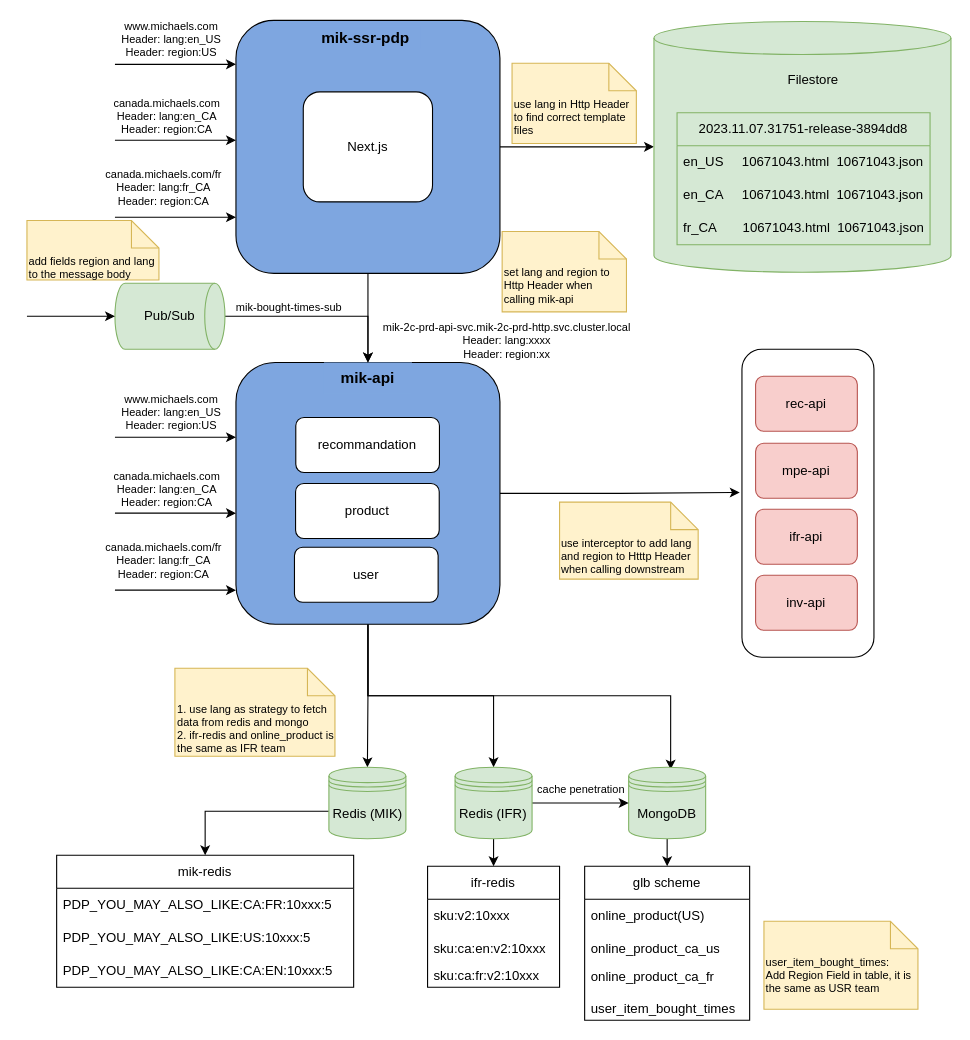
The draw.io diagram PDP-CA-site.drawio in SaberBing/redisson-examples, before the edit. Source tidied: cells renumbered, new cells numbered last; positions are measured from the earlier drawing's top-left corner, leaving out a move shared by most shapes. Both pictures are drawn from the tidied source at 110%, with x=0, y=0 at pixel (26, 20).
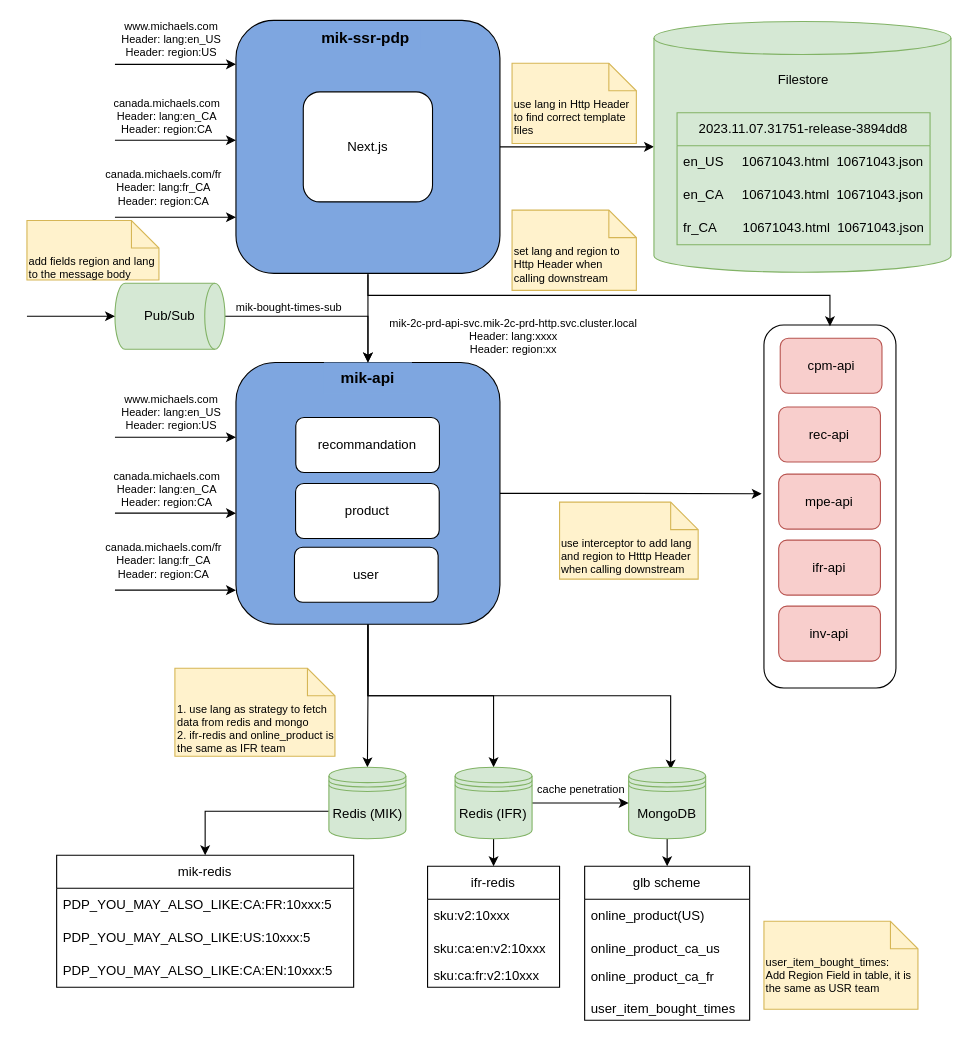
Above is the later version.

Diff of the diagram source:
```diff
@@
     <mxCell id="2" value="&lt;h1 style=&quot;text-align: justify;&quot;&gt;&lt;br&gt;&lt;/h1&gt;" style="rounded=1;whiteSpace=wrap;html=1;shadow=0;glass=0;sketch=0;fillStyle=auto;fontSize=10;strokeWidth=1;align=center;" parent="1" vertex="1">
-      <mxGeometry x="650" y="299" width="120" height="280" as="geometry" />
+      <mxGeometry x="670" y="277" width="120" height="330" as="geometry" />
     </mxCell>
@@
+    <mxCell id="70" style="edgeStyle=orthogonalEdgeStyle;rounded=0;orthogonalLoop=1;jettySize=auto;html=1;entryX=0.5;entryY=0;entryDx=0;entryDy=0;" parent="1" edge="1">
+      <mxGeometry relative="1" as="geometry">
+        <mxPoint x="310" y="231" as="sourcePoint" />
+        <mxPoint x="730" y="278" as="targetPoint" />
+        <Array as="points">
+          <mxPoint x="310" y="250" />
+          <mxPoint x="730" y="250" />
+        </Array>
+      </mxGeometry>
+    </mxCell>
@@
     <mxCell id="24" value="inv-api" style="rounded=1;whiteSpace=wrap;html=1;fillStyle=auto;fillColor=#f8cecc;strokeWidth=1;strokeColor=#b85450;" parent="1" vertex="1">
-      <mxGeometry x="662.4" y="504.5" width="92.5" height="50" as="geometry" />
+      <mxGeometry x="683.4" y="532.5" width="92.5" height="50" as="geometry" />
     </mxCell>
     <mxCell id="25" value="ifr-api" style="rounded=1;whiteSpace=wrap;html=1;fillStyle=auto;fillColor=#f8cecc;strokeWidth=1;strokeColor=#b85450;" parent="1" vertex="1">
-      <mxGeometry x="662.4" y="444.5" width="92.5" height="50" as="geometry" />
+      <mxGeometry x="683.4" y="472.5" width="92.5" height="50" as="geometry" />
     </mxCell>
     <mxCell id="26" value="rec-api" style="rounded=1;whiteSpace=wrap;html=1;fillStyle=auto;fillColor=#f8cecc;strokeWidth=1;strokeColor=#b85450;" parent="1" vertex="1">
-      <mxGeometry x="662.4" y="323.5" width="92.5" height="50" as="geometry" />
+      <mxGeometry x="683.4" y="351.5" width="92.5" height="50" as="geometry" />
     </mxCell>
     <mxCell id="27" value="mpe-api" style="rounded=1;whiteSpace=wrap;html=1;fillStyle=auto;fillColor=#f8cecc;strokeWidth=1;strokeColor=#b85450;" parent="1" vertex="1">
-      <mxGeometry x="662.4" y="384.5" width="92.5" height="50" as="geometry" />
+      <mxGeometry x="683.4" y="412.5" width="92.5" height="50" as="geometry" />
     </mxCell>
@@
     <mxCell id="52" value="mik-2c-prd-api-svc.mik-2c-prd-http.svc.cluster.local&lt;br style=&quot;font-size: 10px;&quot;&gt;Header: lang:xxxx&lt;br style=&quot;font-size: 10px;&quot;&gt;Header: region:xx" style="edgeLabel;html=1;align=center;verticalAlign=middle;fontSize=10;" parent="1" vertex="1">
-      <mxGeometry x="424.2" y="283" as="geometry">
+      <mxGeometry x="430" y="279" as="geometry">
         <mxPoint x="11" y="7" as="offset" />
       </mxGeometry>
     </mxCell>
     <mxCell id="53" value="Filestore" style="text;html=1;strokeColor=none;fillColor=none;align=center;verticalAlign=middle;whiteSpace=wrap;rounded=0;" parent="1" vertex="1">
-      <mxGeometry x="685" y="39" width="60" height="30" as="geometry" />
+      <mxGeometry x="676" y="39" width="60" height="30" as="geometry" />
     </mxCell>
@@
-    <mxCell id="67" value="&lt;div style=&quot;font-size: 10px;&quot;&gt;set lang and region to Http Header when calling mik-api&lt;br&gt;&lt;/div&gt;" style="shape=note2;boundedLbl=1;whiteSpace=wrap;html=1;size=25;verticalAlign=top;align=left;fillColor=#fff2cc;strokeColor=#d6b656;fontSize=10;" parent="1" vertex="1">
-      <mxGeometry x="432" y="192" width="113" height="73" as="geometry" />
+    <mxCell id="67" value="&lt;div style=&quot;font-size: 10px;&quot;&gt;set lang and region to Http Header when calling downstream&lt;br&gt;&lt;/div&gt;" style="shape=note2;boundedLbl=1;whiteSpace=wrap;html=1;size=25;verticalAlign=top;align=left;fillColor=#fff2cc;strokeColor=#d6b656;fontSize=10;" parent="1" vertex="1">
+      <mxGeometry x="441" y="172.5" width="113" height="73" as="geometry" />
     </mxCell>
@@
+    <mxCell id="71" value="cpm-api" style="rounded=1;whiteSpace=wrap;html=1;fillStyle=auto;fillColor=#f8cecc;strokeWidth=1;strokeColor=#b85450;" parent="1" vertex="1">
+      <mxGeometry x="684.8" y="289" width="92.5" height="50" as="geometry" />
+    </mxCell>
```
